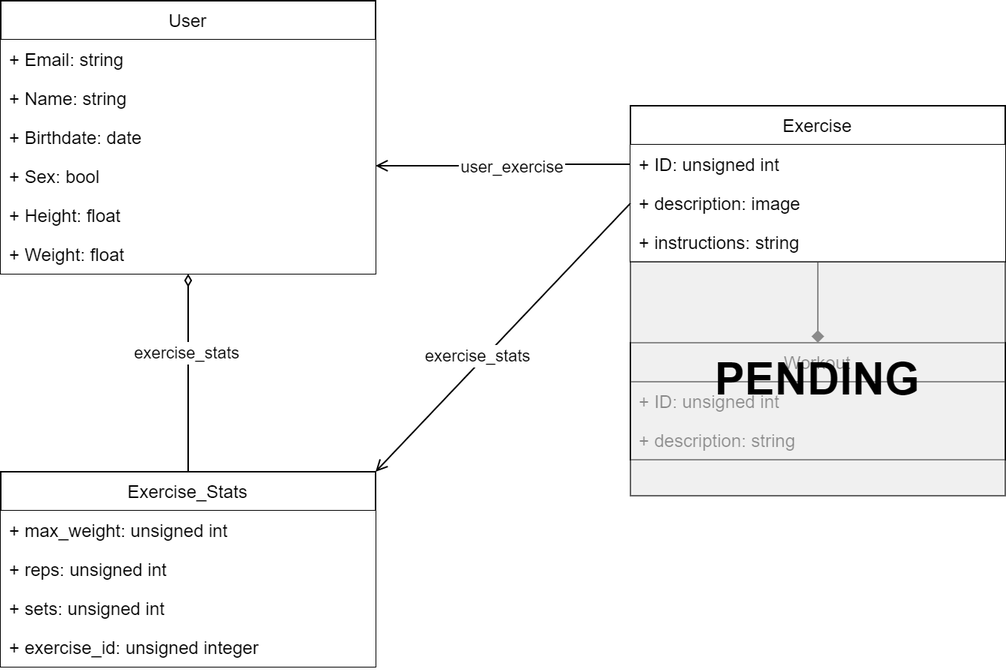
Earlier version of the draw.io export documentation/design/object models.png (rahula00/LiftLog). Source tidied: cells renumbered, new cells last; positions are measured from the earlier drawing's top-left corner, leaving out a move shared by most shapes.
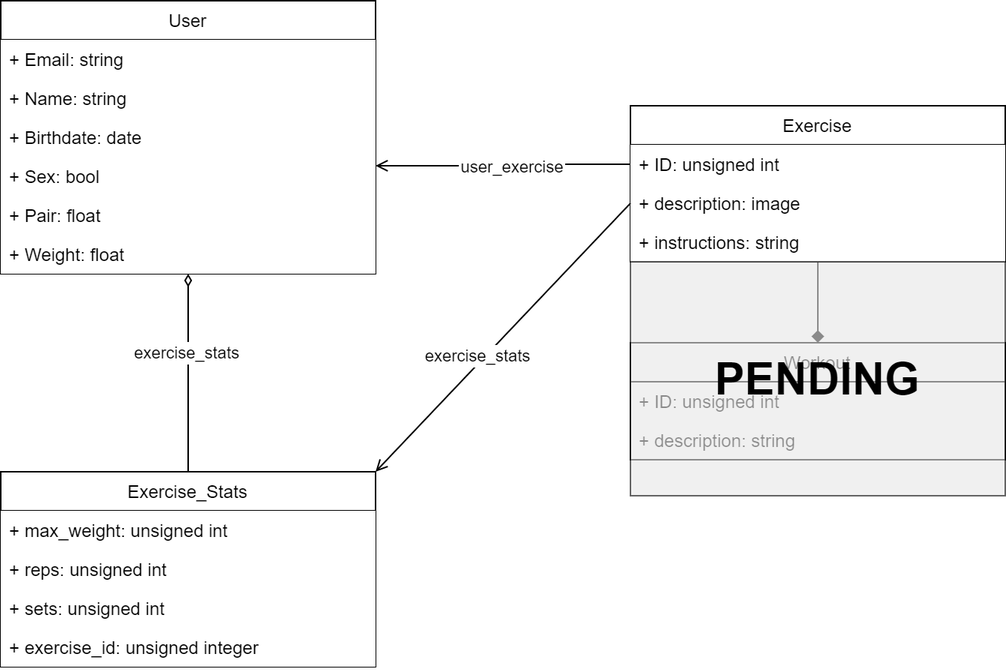
Later version of the same file.

The edit, as a diff of the source:
```diff
@@ -23,7 +23,7 @@
     <mxCell id="8" value="+ Sex: bool" style="text;strokeColor=none;align=left;verticalAlign=top;spacingLeft=4;spacingRight=4;overflow=hidden;fillColor=#ffffff;" parent="4" vertex="1">
       <mxGeometry y="104" width="250" height="26" as="geometry" />
     </mxCell>
-    <mxCell id="9" value="+ Height: float" style="text;strokeColor=none;align=left;verticalAlign=top;spacingLeft=4;spacingRight=4;overflow=hidden;fillColor=#ffffff;" parent="4" vertex="1">
+    <mxCell id="9" value="+ Pair: float" style="text;strokeColor=none;align=left;verticalAlign=top;spacingLeft=4;spacingRight=4;overflow=hidden;fillColor=#ffffff;" parent="4" vertex="1">
       <mxGeometry y="130" width="250" height="26" as="geometry" />
     </mxCell>
     <mxCell id="10" value="+ Weight: float" style="text;strokeColor=none;align=left;verticalAlign=top;spacingLeft=4;spacingRight=4;overflow=hidden;fillColor=#ffffff;" parent="4" vertex="1">
```
